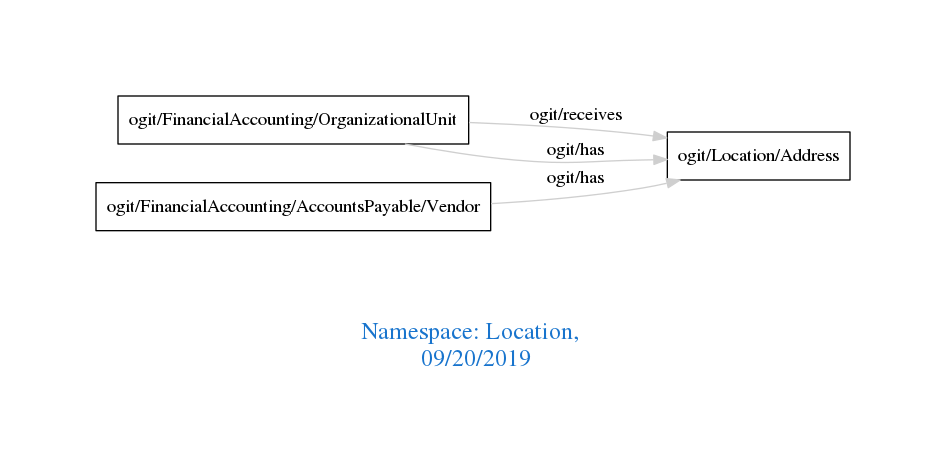
This is downloads/Location.png from arago/OGIT, a Graphviz export, as it was before one commit. Its source is kept beside it as downloads/Location.dot.
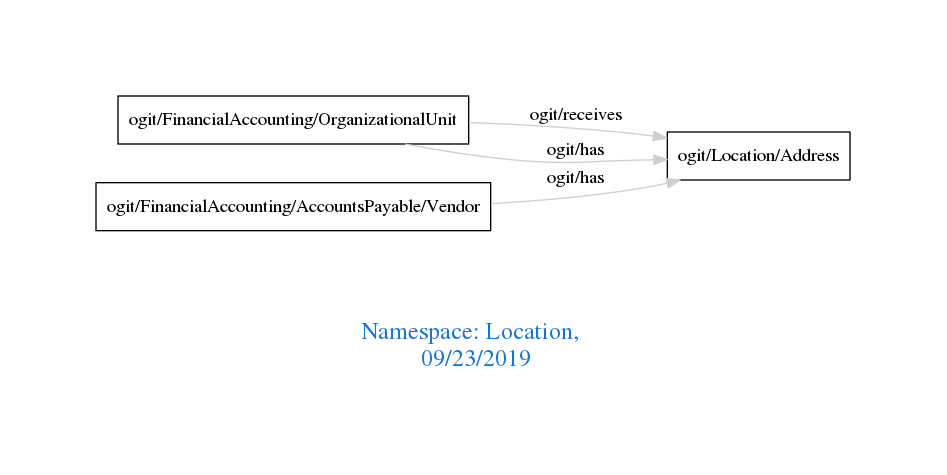
The same diagram one commit later.

The edit, as a diff of the source:
```diff
@@ -1,7 +1,7 @@
 digraph OGIT_ontology {
  graph [ rankdir= LR,pad=1
 fontsize = 18,
-fontcolor= dodgerblue3,label = "\n\n\nNamespace: Location, \n 09/20/2019"];
+fontcolor= dodgerblue3,label = "\n\n\nNamespace: Location, \n 09/23/2019"];
 node[shape=polygon];
 edge [  color="gray81"];
 
```
